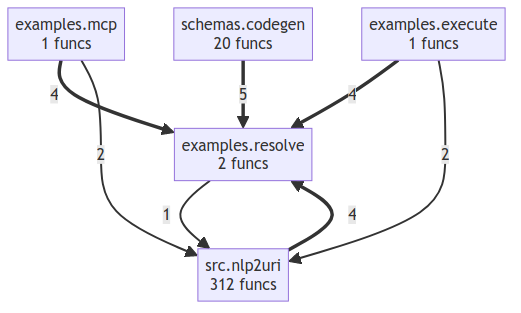
Earlier version of the Mermaid export project/compact_flow.png (semcod/nlp2uri). Its source is kept beside it as project/compact_flow.mmd.
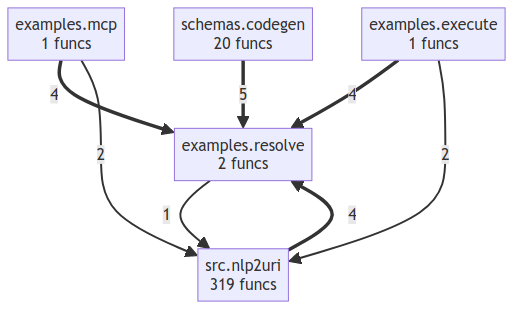
Later version of the same file.

The edit, as a diff of the source:
```diff
@@ -3,7 +3,7 @@
     examples__mcp["examples.mcp<br/>1 funcs"]
     examples__resolve["examples.resolve<br/>2 funcs"]
     schemas__codegen["schemas.codegen<br/>20 funcs"]
-    src__nlp2uri["src.nlp2uri<br/>312 funcs"]
+    src__nlp2uri["src.nlp2uri<br/>319 funcs"]
     schemas__codegen ==>|5| examples__resolve
     examples__mcp ==>|4| examples__resolve
     examples__execute ==>|4| examples__resolve
```
